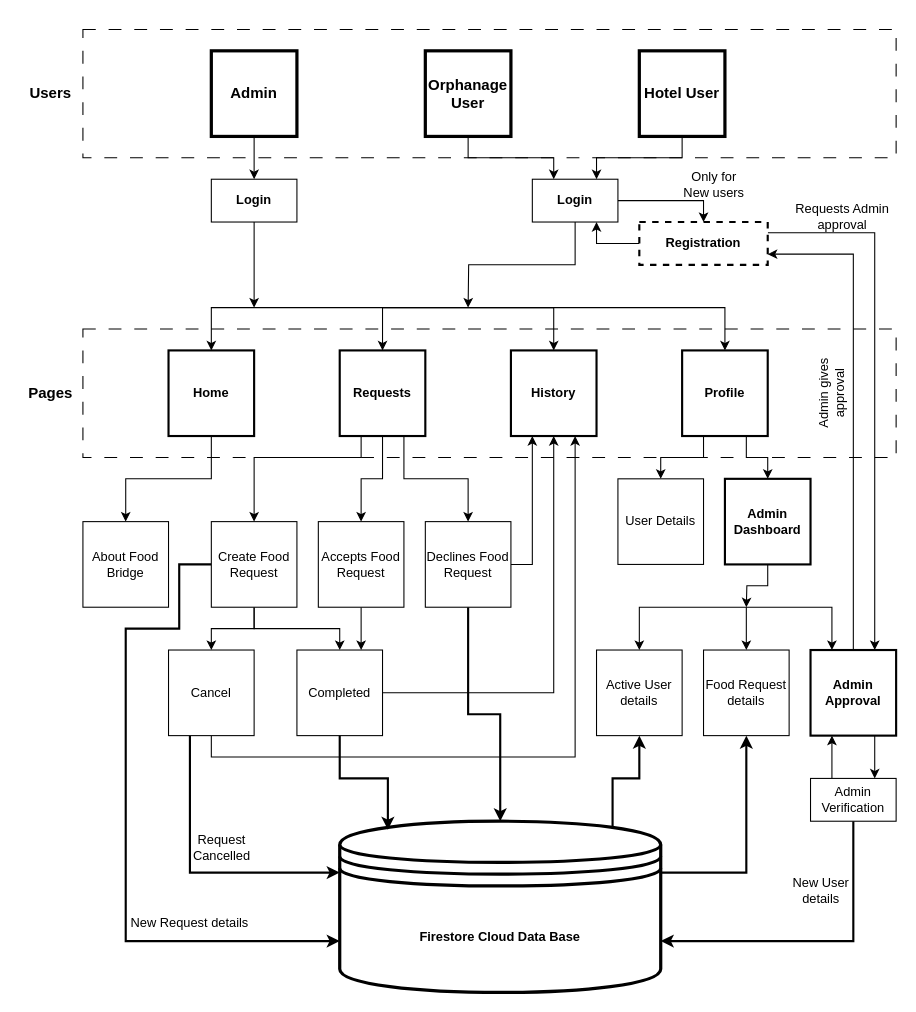
Earlier version of the draw.io diagram fbReport_2.drawio (Sriram-V-99/MCA-Project-). Source tidied: cells renumbered, new cells numbered last; positions are measured from the earlier drawing's top-left corner, leaving out a move shared by most shapes. Both pictures are drawn from the tidied source at 107%, with x=0, y=0 at pixel (18, 29).
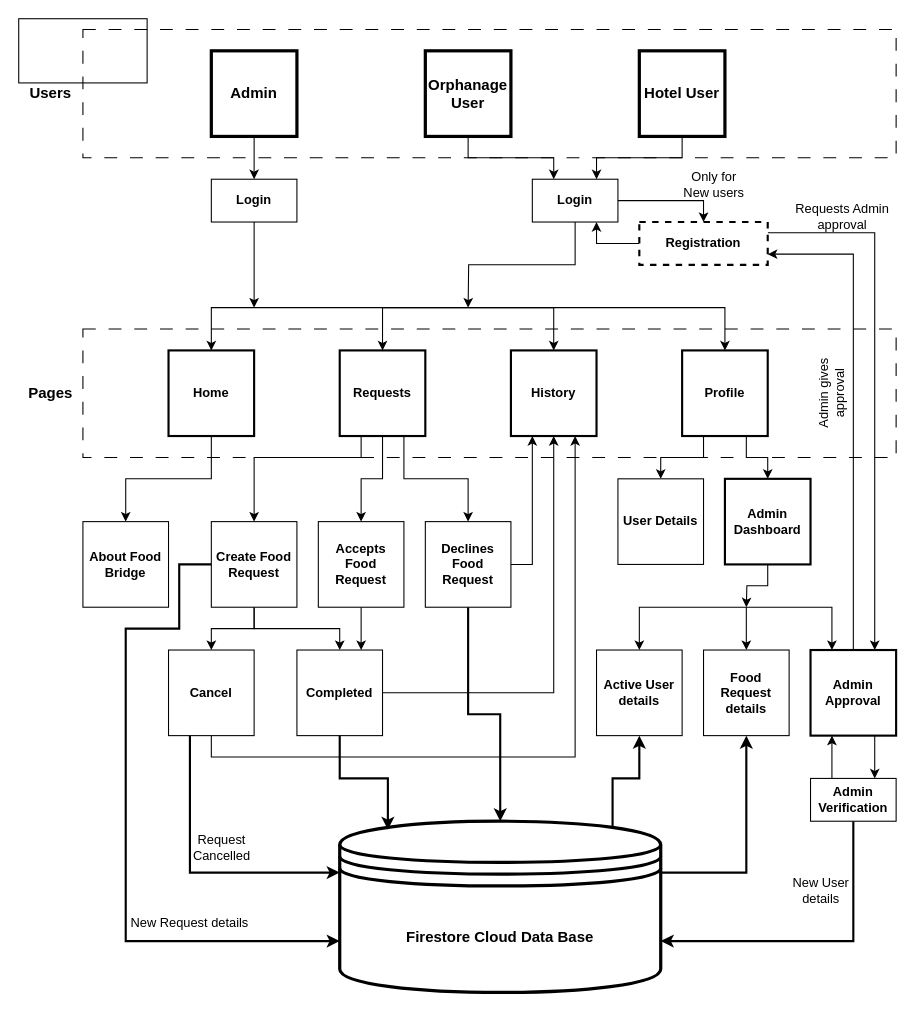
Above is the later version.

The edit, as a diff of the source:
```diff
@@
+    <mxCell id="70" style="rounded=0;whiteSpace=wrap;html=1;" parent="1" vertex="1">
+      <mxGeometry y="-10" width="120" height="60" as="geometry" />
+    </mxCell>
@@
-    <mxCell id="22" value="Declines Food Request" style="whiteSpace=wrap;html=1;" parent="1" vertex="1">
+    <mxCell id="22" value="&lt;b&gt;Declines Food Request&lt;/b&gt;" style="whiteSpace=wrap;html=1;" parent="1" vertex="1">
       <mxGeometry x="380" y="460" width="80" height="80" as="geometry" />
     </mxCell>
@@
-    <mxCell id="24" value="Accepts Food Request" style="whiteSpace=wrap;html=1;" parent="1" vertex="1">
+    <mxCell id="24" value="&lt;b&gt;Accepts Food Request&lt;/b&gt;" style="whiteSpace=wrap;html=1;" parent="1" vertex="1">
       <mxGeometry x="280" y="460" width="80" height="80" as="geometry" />
     </mxCell>
@@
-    <mxCell id="28" value="Create Food Request" style="whiteSpace=wrap;html=1;" parent="1" vertex="1">
+    <mxCell id="28" value="&lt;b&gt;Create Food Request&lt;/b&gt;" style="whiteSpace=wrap;html=1;" parent="1" vertex="1">
       <mxGeometry x="180" y="460" width="80" height="80" as="geometry" />
     </mxCell>
@@
-    <mxCell id="34" value="User Details" style="whiteSpace=wrap;html=1;" parent="1" vertex="1">
+    <mxCell id="34" value="&lt;b&gt;User Details&lt;/b&gt;" style="whiteSpace=wrap;html=1;" parent="1" vertex="1">
       <mxGeometry x="560" y="420" width="80" height="80" as="geometry" />
     </mxCell>
@@
-    <mxCell id="38" value="Active User details" style="whiteSpace=wrap;html=1;" parent="1" vertex="1">
+    <mxCell id="38" value="&lt;b&gt;Active User details&lt;/b&gt;" style="whiteSpace=wrap;html=1;" parent="1" vertex="1">
       <mxGeometry x="540" y="580" width="80" height="80" as="geometry" />
     </mxCell>
-    <mxCell id="39" value="Food Request details" style="whiteSpace=wrap;html=1;" parent="1" vertex="1">
+    <mxCell id="39" value="&lt;b&gt;Food Request details&lt;/b&gt;" style="whiteSpace=wrap;html=1;" parent="1" vertex="1">
       <mxGeometry x="640" y="580" width="80" height="80" as="geometry" />
     </mxCell>
@@
-    <mxCell id="45" value="About Food Bridge" style="whiteSpace=wrap;html=1;" parent="1" vertex="1">
+    <mxCell id="45" value="&lt;b&gt;About Food Bridge&lt;/b&gt;" style="whiteSpace=wrap;html=1;" parent="1" vertex="1">
       <mxGeometry x="60" y="460" width="80" height="80" as="geometry" />
     </mxCell>
@@
-    <mxCell id="49" value="Cancel" style="whiteSpace=wrap;html=1;" parent="1" vertex="1">
+    <mxCell id="49" value="&lt;b&gt;Cancel&lt;/b&gt;" style="whiteSpace=wrap;html=1;" parent="1" vertex="1">
       <mxGeometry x="140" y="580" width="80" height="80" as="geometry" />
     </mxCell>
@@
-    <mxCell id="51" value="Completed" style="whiteSpace=wrap;html=1;" parent="1" vertex="1">
+    <mxCell id="51" value="&lt;b&gt;Completed&lt;/b&gt;" style="whiteSpace=wrap;html=1;" parent="1" vertex="1">
       <mxGeometry x="260" y="580" width="80" height="80" as="geometry" />
     </mxCell>
@@
-    <mxCell id="56" value="&lt;b&gt;Firestore Cloud Data Base&lt;/b&gt;" style="shape=datastore;whiteSpace=wrap;html=1;strokeWidth=3;" parent="1" vertex="1">
+    <mxCell id="56" value="&lt;b&gt;&lt;font style=&quot;font-size: 14px;&quot;&gt;Firestore Cloud Data Base&lt;/font&gt;&lt;/b&gt;" style="shape=datastore;whiteSpace=wrap;html=1;strokeWidth=3;" parent="1" vertex="1">
       <mxGeometry x="300" y="740" width="300" height="160" as="geometry" />
     </mxCell>
@@
-    <mxCell id="60" value="Request Cancelled" style="text;html=1;align=center;verticalAlign=middle;whiteSpace=wrap;rounded=0;" parent="1" vertex="1">
-      <mxGeometry x="160" y="750" width="60" height="30" as="geometry" />
-    </mxCell>
@@
-    <mxCell id="65" value="Admin Verification" style="rounded=0;whiteSpace=wrap;html=1;" parent="1" vertex="1">
+    <mxCell id="65" value="&lt;b&gt;Admin Verification&lt;/b&gt;" style="rounded=0;whiteSpace=wrap;html=1;" parent="1" vertex="1">
       <mxGeometry x="740" y="700" width="80" height="40" as="geometry" />
     </mxCell>
@@
+    <mxCell id="60" value="Request Cancelled" style="text;html=1;align=center;verticalAlign=middle;whiteSpace=wrap;rounded=0;fillColor=none;fillStyle=auto;" parent="1" vertex="1">
+      <mxGeometry x="160" y="750" width="60" height="30" as="geometry" />
+    </mxCell>
```
